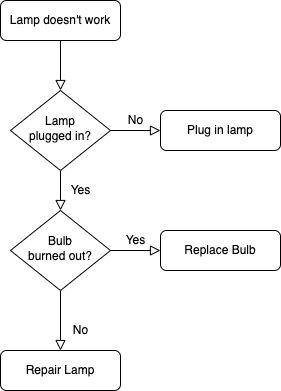
Before: MCS-Exposure.png, a diagram exported from draw.io (ma-luyang/shimobang). Source tidied: cells renumbered, new cells last; positions are measured from the earlier drawing's top-left corner, leaving out a move shared by most shapes.
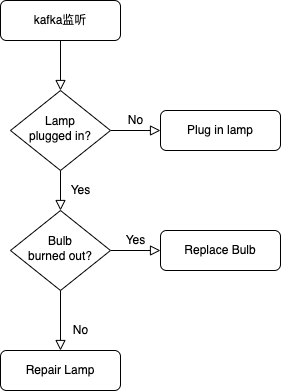
Later version of the same file.

Change to the diagram source:
```diff
@@ -5,7 +5,7 @@
     <mxCell id="2" style="rounded=0;html=1;jettySize=auto;fontSize=11;endArrow=block;endFill=0;endSize=8;strokeWidth=1;shadow=0;labelBackgroundColor=none;edgeStyle=orthogonalEdgeStyle;" parent="1" edge="1" source="3" target="6">
       <mxGeometry relative="1" as="geometry" />
     </mxCell>
-    <mxCell id="3" value="Lamp doesn't work" style="rounded=1;whiteSpace=wrap;html=1;fontSize=12;glass=0;strokeWidth=1;shadow=0;" parent="1" vertex="1">
+    <mxCell id="3" value="kafka监听" style="rounded=1;whiteSpace=wrap;html=1;fontSize=12;glass=0;strokeWidth=1;shadow=0;" parent="1" vertex="1">
       <mxGeometry width="120" height="40" as="geometry" />
     </mxCell>
     <mxCell id="4" value="Yes" style="rounded=0;html=1;jettySize=auto;fontSize=11;endArrow=block;endFill=0;endSize=8;strokeWidth=1;shadow=0;labelBackgroundColor=none;edgeStyle=orthogonalEdgeStyle;" parent="1" edge="1" source="6" target="10">
```
